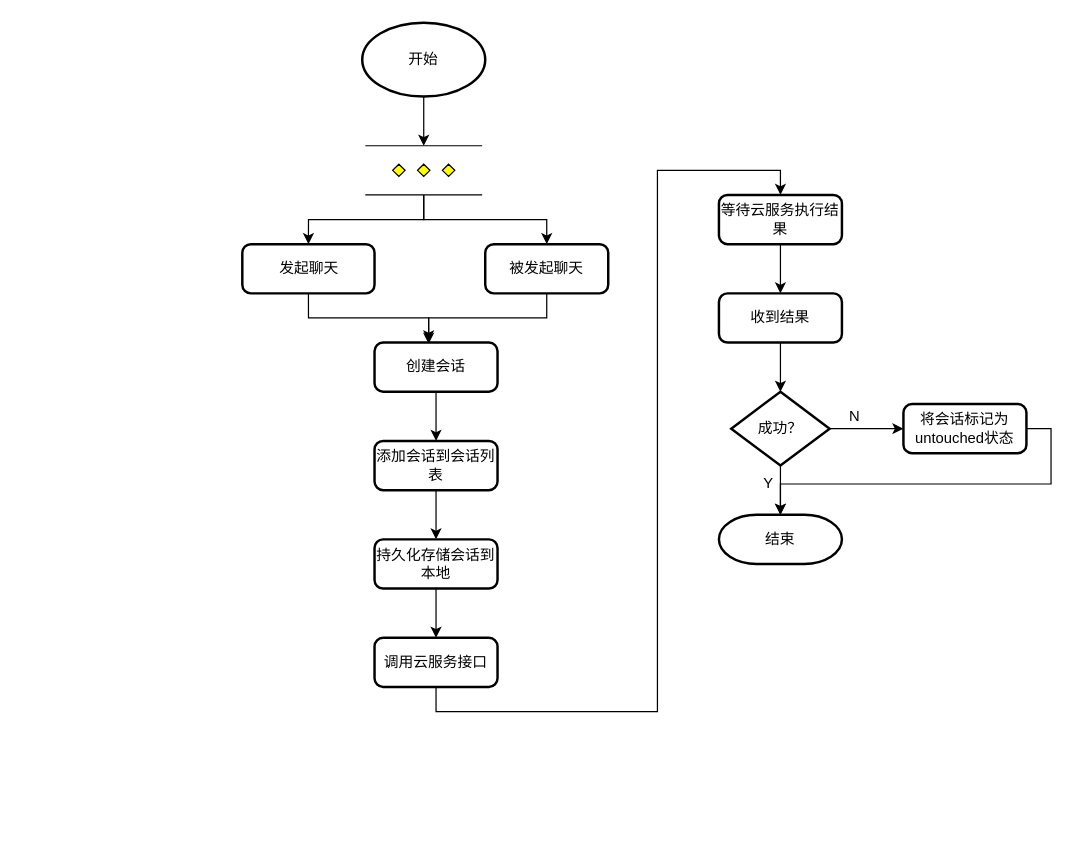
Above: page "第 2 页" (2 of 10) of 获取会话列表.drawio in liuao2010/360MobileSafe (draw.io), before the change. Source tidied: cells renumbered, new cells numbered last; positions are measured from the earlier drawing's top-left corner, leaving out a move shared by most shapes. Both pictures are drawn from the tidied source at 123%, with x=0, y=0 at pixel (241, 22).
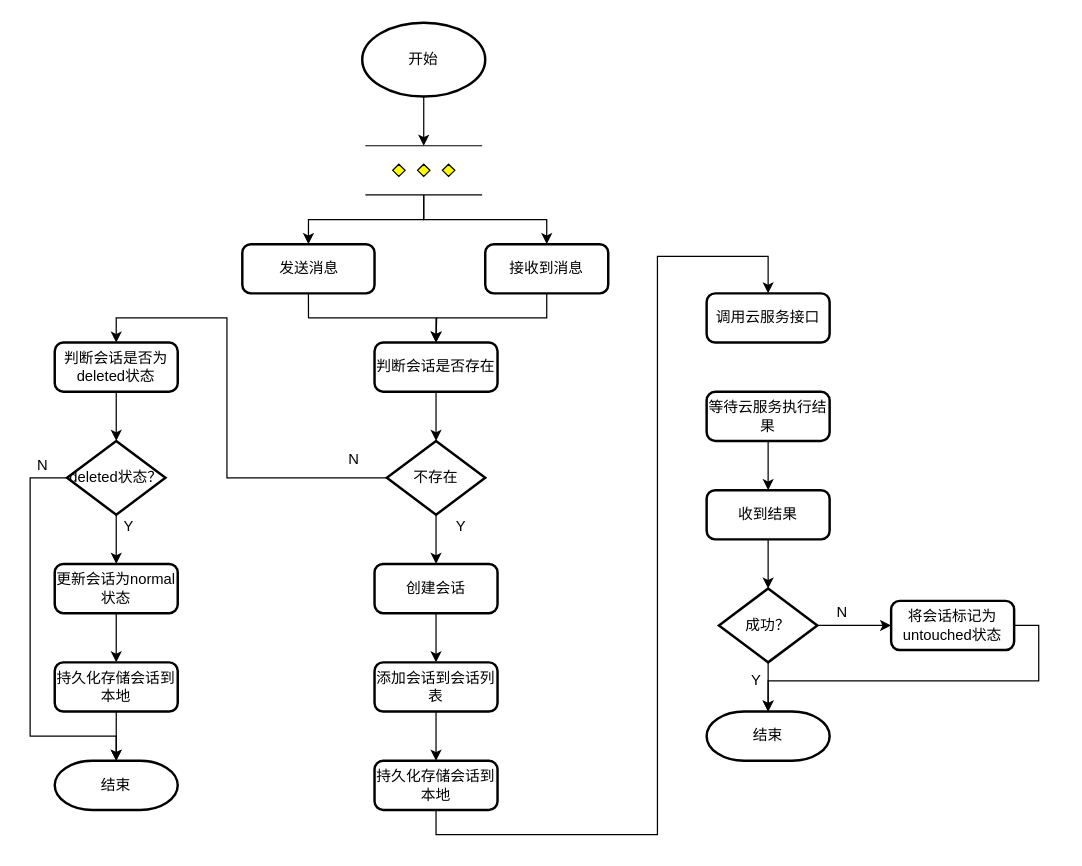
Above is the later version.

Diff of the diagram source:
```diff
@@
-    <mxCell id="7" style="edgeStyle=orthogonalEdgeStyle;rounded=0;jettySize=auto;html=1;exitX=0.5;exitY=1;exitDx=0;exitDy=0;entryX=0.44;entryY=-0.025;entryDx=0;entryDy=0;entryPerimeter=0;" parent="1" edge="1" source="8" target="12">
-      <mxGeometry relative="1" as="geometry" />
-    </mxCell>
+    <mxCell id="31" style="edgeStyle=orthogonalEdgeStyle;rounded=0;jettySize=auto;html=1;exitX=0.5;exitY=1;exitDx=0;exitDy=0;" parent="1" edge="1" source="8" target="34">
+      <mxGeometry relative="1" as="geometry" />
+    </mxCell>
-    <mxCell id="8" value="发起聊天" style="rounded=1;whiteSpace=wrap;html=1;absoluteArcSize=1;arcSize=14;strokeWidth=2;" parent="1" vertex="1">
+    <mxCell id="8" value="发送消息" style="rounded=1;whiteSpace=wrap;html=1;absoluteArcSize=1;arcSize=14;strokeWidth=2;" parent="1" vertex="1">
       <mxGeometry x="0.5" y="180" width="107.5" height="40" as="geometry" />
     </mxCell>
-    <mxCell id="9" style="edgeStyle=orthogonalEdgeStyle;rounded=0;jettySize=auto;html=1;exitX=0.5;exitY=1;exitDx=0;exitDy=0;entryX=0.44;entryY=0.025;entryDx=0;entryDy=0;entryPerimeter=0;" parent="1" edge="1" source="10" target="12">
-      <mxGeometry relative="1" as="geometry" />
-    </mxCell>
+    <mxCell id="32" style="edgeStyle=orthogonalEdgeStyle;rounded=0;jettySize=auto;html=1;exitX=0.5;exitY=1;exitDx=0;exitDy=0;" parent="1" edge="1" source="10">
+      <mxGeometry relative="1" as="geometry">
+        <mxPoint x="158" y="260" as="targetPoint" />
+      </mxGeometry>
+    </mxCell>
-    <mxCell id="10" value="被发起聊天" style="rounded=1;whiteSpace=wrap;html=1;absoluteArcSize=1;arcSize=14;strokeWidth=2;" parent="1" vertex="1">
+    <mxCell id="10" value="接收到消息" style="rounded=1;whiteSpace=wrap;html=1;absoluteArcSize=1;arcSize=14;strokeWidth=2;" parent="1" vertex="1">
       <mxGeometry x="198" y="180" width="100" height="40" as="geometry" />
     </mxCell>
@@
     <mxCell id="12" value="创建会话" style="rounded=1;whiteSpace=wrap;html=1;absoluteArcSize=1;arcSize=14;strokeWidth=2;" parent="1" vertex="1">
-      <mxGeometry x="108" y="260" width="100" height="40" as="geometry" />
+      <mxGeometry x="108" y="440" width="100" height="40" as="geometry" />
     </mxCell>
@@
     <mxCell id="14" value="添加会话到会话列表" style="rounded=1;whiteSpace=wrap;html=1;absoluteArcSize=1;arcSize=14;strokeWidth=2;" parent="1" vertex="1">
-      <mxGeometry x="108" y="340" width="100" height="40" as="geometry" />
+      <mxGeometry x="108" y="520" width="100" height="40" as="geometry" />
     </mxCell>
     <mxCell id="15" style="edgeStyle=orthogonalEdgeStyle;rounded=0;jettySize=auto;html=1;exitX=0.5;exitY=1;exitDx=0;exitDy=0;entryX=0.5;entryY=0;entryDx=0;entryDy=0;" parent="1" edge="1" source="16" target="18">
-      <mxGeometry relative="1" as="geometry" />
+      <mxGeometry relative="1" as="geometry">
+        <Array as="points">
+          <mxPoint x="158" y="660" />
+          <mxPoint x="338" y="660" />
+          <mxPoint x="338" y="190" />
+          <mxPoint x="428" y="190" />
+        </Array>
+      </mxGeometry>
     </mxCell>
     <mxCell id="16" value="持久化存储会话到本地" style="rounded=1;whiteSpace=wrap;html=1;absoluteArcSize=1;arcSize=14;strokeWidth=2;" parent="1" vertex="1">
-      <mxGeometry x="108" y="420" width="100" height="40" as="geometry" />
+      <mxGeometry x="108" y="600" width="100" height="40" as="geometry" />
     </mxCell>
-    <mxCell id="17" style="edgeStyle=orthogonalEdgeStyle;rounded=0;jettySize=auto;html=1;exitX=0.5;exitY=1;exitDx=0;exitDy=0;entryX=0.5;entryY=0;entryDx=0;entryDy=0;" parent="1" edge="1" source="18" target="20">
-      <mxGeometry relative="1" as="geometry">
-        <Array as="points">
-          <mxPoint x="158" y="560" />
-          <mxPoint x="338" y="560" />
-          <mxPoint x="338" y="120" />
-          <mxPoint x="438" y="120" />
-        </Array>
-      </mxGeometry>
-    </mxCell>
     <mxCell id="18" value="调用云服务接口" style="rounded=1;whiteSpace=wrap;html=1;absoluteArcSize=1;arcSize=14;strokeWidth=2;" parent="1" vertex="1">
-      <mxGeometry x="108" y="500" width="100" height="40" as="geometry" />
+      <mxGeometry x="378" y="220" width="100" height="40" as="geometry" />
     </mxCell>
@@
     <mxCell id="20" value="等待云服务执行结果" style="rounded=1;whiteSpace=wrap;html=1;absoluteArcSize=1;arcSize=14;strokeWidth=2;" parent="1" vertex="1">
-      <mxGeometry x="388" y="140" width="100" height="40" as="geometry" />
+      <mxGeometry x="378" y="300" width="100" height="40" as="geometry" />
     </mxCell>
@@
     <mxCell id="22" value="收到结果" style="rounded=1;whiteSpace=wrap;html=1;absoluteArcSize=1;arcSize=14;strokeWidth=2;" parent="1" vertex="1">
-      <mxGeometry x="388" y="220" width="100" height="40" as="geometry" />
+      <mxGeometry x="378" y="380" width="100" height="40" as="geometry" />
     </mxCell>
@@
     <mxCell id="25" value="成功？" style="strokeWidth=2;html=1;shape=mxgraph.flowchart.decision;whiteSpace=wrap;rounded=1;" parent="1" vertex="1">
-      <mxGeometry x="398" y="300" width="80" height="60" as="geometry" />
+      <mxGeometry x="388" y="460" width="80" height="60" as="geometry" />
     </mxCell>
@@
     <mxCell id="27" value="将会话标记为untouched状态" style="rounded=1;whiteSpace=wrap;html=1;absoluteArcSize=1;arcSize=14;strokeWidth=2;" parent="1" vertex="1">
-      <mxGeometry x="538" y="310" width="100" height="40" as="geometry" />
+      <mxGeometry x="528" y="470" width="100" height="40" as="geometry" />
     </mxCell>
     <mxCell id="28" value="结束" style="strokeWidth=2;html=1;shape=mxgraph.flowchart.terminator;whiteSpace=wrap;rounded=1;" parent="1" vertex="1">
-      <mxGeometry x="388" y="400" width="100" height="40" as="geometry" />
+      <mxGeometry x="378" y="560" width="100" height="40" as="geometry" />
     </mxCell>
     <mxCell id="29" value="N" style="text;html=1;align=center;verticalAlign=middle;" parent="1" vertex="1">
-      <mxGeometry x="488" y="310" width="20" height="20" as="geometry" />
+      <mxGeometry x="478" y="470" width="20" height="20" as="geometry" />
     </mxCell>
     <mxCell id="30" value="Y" style="text;html=1;align=center;verticalAlign=middle;" parent="1" vertex="1">
-      <mxGeometry x="418" y="365" width="20" height="20" as="geometry" />
+      <mxGeometry x="408" y="525" width="20" height="20" as="geometry" />
     </mxCell>
+    <mxCell id="33" style="edgeStyle=orthogonalEdgeStyle;rounded=0;jettySize=auto;html=1;exitX=0.5;exitY=1;exitDx=0;exitDy=0;entryX=0.5;entryY=0;entryDx=0;entryDy=0;entryPerimeter=0;" parent="1" edge="1" source="34" target="37">
+      <mxGeometry relative="1" as="geometry" />
+    </mxCell>
+    <mxCell id="34" value="判断会话是否存在" style="rounded=1;whiteSpace=wrap;html=1;absoluteArcSize=1;arcSize=14;strokeWidth=2;" parent="1" vertex="1">
+      <mxGeometry x="108" y="260" width="100" height="40" as="geometry" />
+    </mxCell>
+    <mxCell id="35" style="edgeStyle=orthogonalEdgeStyle;rounded=0;jettySize=auto;html=1;exitX=0.5;exitY=1;exitDx=0;exitDy=0;exitPerimeter=0;entryX=0.5;entryY=0;entryDx=0;entryDy=0;" parent="1" edge="1" source="37" target="12">
+      <mxGeometry relative="1" as="geometry" />
+    </mxCell>
+    <mxCell id="36" style="edgeStyle=orthogonalEdgeStyle;rounded=0;jettySize=auto;html=1;exitX=0;exitY=0.5;exitDx=0;exitDy=0;exitPerimeter=0;entryX=0.5;entryY=0;entryDx=0;entryDy=0;" parent="1" edge="1" source="37" target="39">
+      <mxGeometry relative="1" as="geometry">
+        <Array as="points">
+          <mxPoint x="-12" y="370" />
+          <mxPoint x="-12" y="240" />
+          <mxPoint x="-102" y="240" />
+        </Array>
+      </mxGeometry>
+    </mxCell>
+    <mxCell id="37" value="不存在" style="strokeWidth=2;html=1;shape=mxgraph.flowchart.decision;whiteSpace=wrap;rounded=1;" parent="1" vertex="1">
+      <mxGeometry x="118" y="340" width="80" height="60" as="geometry" />
+    </mxCell>
+    <mxCell id="38" style="edgeStyle=orthogonalEdgeStyle;rounded=0;jettySize=auto;html=1;exitX=0.5;exitY=1;exitDx=0;exitDy=0;entryX=0.5;entryY=0;entryDx=0;entryDy=0;entryPerimeter=0;" parent="1" edge="1" source="39" target="42">
+      <mxGeometry relative="1" as="geometry" />
+    </mxCell>
+    <mxCell id="39" value="判断会话是否为deleted状态" style="rounded=1;whiteSpace=wrap;html=1;absoluteArcSize=1;arcSize=14;strokeWidth=2;" parent="1" vertex="1">
+      <mxGeometry x="-152" y="260" width="100" height="40" as="geometry" />
+    </mxCell>
+    <mxCell id="40" style="edgeStyle=orthogonalEdgeStyle;rounded=0;jettySize=auto;html=1;exitX=0.5;exitY=1;exitDx=0;exitDy=0;exitPerimeter=0;entryX=0.5;entryY=0;entryDx=0;entryDy=0;" parent="1" edge="1" source="42" target="44">
+      <mxGeometry relative="1" as="geometry" />
+    </mxCell>
+    <mxCell id="41" style="edgeStyle=orthogonalEdgeStyle;rounded=0;jettySize=auto;html=1;exitX=0;exitY=0.5;exitDx=0;exitDy=0;exitPerimeter=0;entryX=0.5;entryY=0;entryDx=0;entryDy=0;entryPerimeter=0;" parent="1" edge="1" source="42" target="49">
+      <mxGeometry relative="1" as="geometry">
+        <Array as="points">
+          <mxPoint x="-172" y="370" />
+          <mxPoint x="-172" y="580" />
+          <mxPoint x="-102" y="580" />
+        </Array>
+      </mxGeometry>
+    </mxCell>
+    <mxCell id="42" value="deleted状态？" style="strokeWidth=2;html=1;shape=mxgraph.flowchart.decision;whiteSpace=wrap;rounded=1;" parent="1" vertex="1">
+      <mxGeometry x="-142" y="340" width="80" height="60" as="geometry" />
+    </mxCell>
+    <mxCell id="43" style="edgeStyle=orthogonalEdgeStyle;rounded=0;jettySize=auto;html=1;exitX=0.5;exitY=1;exitDx=0;exitDy=0;entryX=0.5;entryY=0;entryDx=0;entryDy=0;" parent="1" edge="1" source="44" target="48">
+      <mxGeometry relative="1" as="geometry" />
+    </mxCell>
+    <mxCell id="44" value="更新会话为normal状态" style="rounded=1;whiteSpace=wrap;html=1;absoluteArcSize=1;arcSize=14;strokeWidth=2;" parent="1" vertex="1">
+      <mxGeometry x="-152" y="440" width="100" height="40" as="geometry" />
+    </mxCell>
+    <mxCell id="45" value="Y" style="text;html=1;align=center;verticalAlign=middle;" parent="1" vertex="1">
+      <mxGeometry x="-102" y="400" width="20" height="20" as="geometry" />
+    </mxCell>
+    <mxCell id="46" value="N" style="text;html=1;align=center;verticalAlign=middle;" parent="1" vertex="1">
+      <mxGeometry x="-172" y="350" width="20" height="20" as="geometry" />
+    </mxCell>
+    <mxCell id="47" style="edgeStyle=orthogonalEdgeStyle;rounded=0;jettySize=auto;html=1;exitX=0.5;exitY=1;exitDx=0;exitDy=0;entryX=0.5;entryY=0;entryDx=0;entryDy=0;entryPerimeter=0;" parent="1" edge="1" source="48" target="49">
+      <mxGeometry relative="1" as="geometry" />
+    </mxCell>
+    <mxCell id="48" value="持久化存储会话到本地" style="rounded=1;whiteSpace=wrap;html=1;absoluteArcSize=1;arcSize=14;strokeWidth=2;" parent="1" vertex="1">
+      <mxGeometry x="-152" y="520" width="100" height="40" as="geometry" />
+    </mxCell>
+    <mxCell id="49" value="结束" style="strokeWidth=2;html=1;shape=mxgraph.flowchart.terminator;whiteSpace=wrap;rounded=1;" parent="1" vertex="1">
+      <mxGeometry x="-152" y="600" width="100" height="40" as="geometry" />
+    </mxCell>
+    <mxCell id="50" value="N" style="text;html=1;align=center;verticalAlign=middle;" parent="1" vertex="1">
+      <mxGeometry x="80.5" y="345" width="20" height="20" as="geometry" />
+    </mxCell>
+    <mxCell id="51" value="Y" style="text;html=1;align=center;verticalAlign=middle;" parent="1" vertex="1">
+      <mxGeometry x="168" y="400" width="20" height="20" as="geometry" />
+    </mxCell>
```
